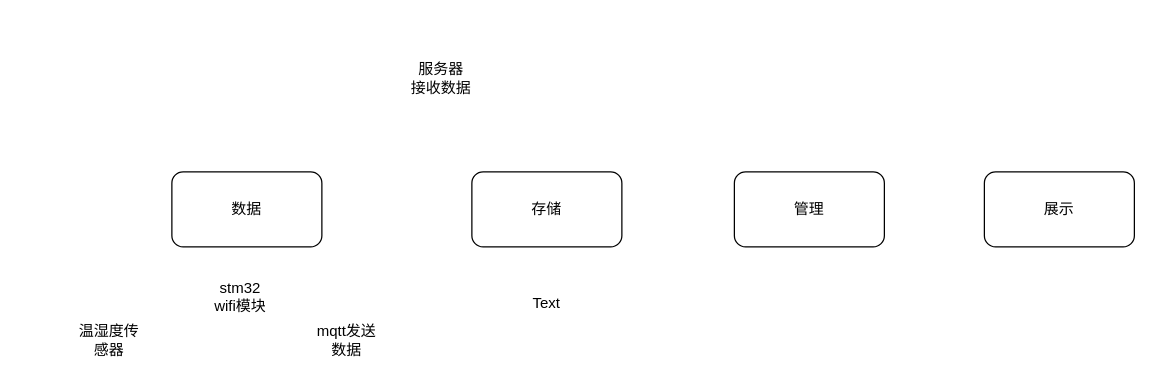
The draw.io diagram NexusScale.drawio in HarmmerRay/NexusScale-Manage, before the edit. Source tidied: cells renumbered, new cells numbered last; positions are measured from the earlier drawing's top-left corner, leaving out a move shared by most shapes. Both pictures are drawn from the tidied source at 125%, with x=0, y=0 at pixel (71, 52).
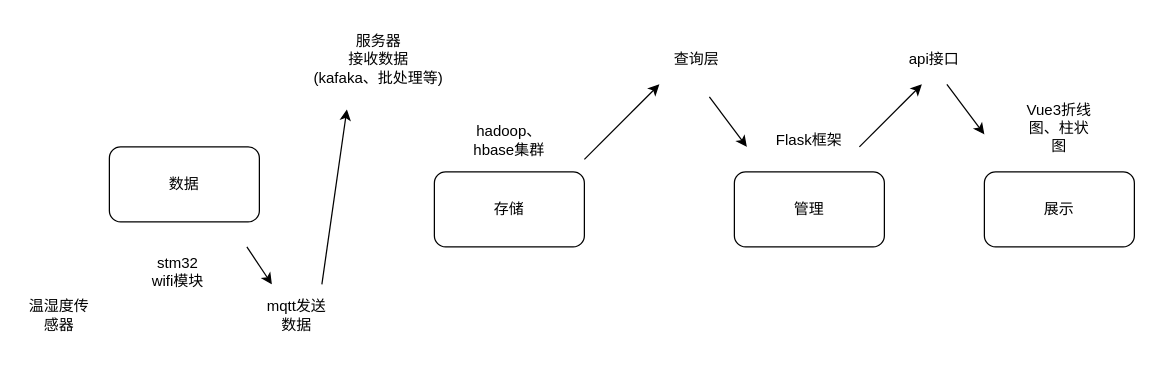
The same page after the edit.

What changed in the source:
```diff
@@
     <mxCell id="2" value="数据" style="rounded=1;whiteSpace=wrap;html=1;" parent="1" vertex="1">
-      <mxGeometry x="80" y="95" width="120" height="60" as="geometry" />
+      <mxGeometry x="30" y="75" width="120" height="60" as="geometry" />
     </mxCell>
     <mxCell id="3" value="存储" style="rounded=1;whiteSpace=wrap;html=1;" parent="1" vertex="1">
-      <mxGeometry x="320" y="95" width="120" height="60" as="geometry" />
+      <mxGeometry x="290" y="95" width="120" height="60" as="geometry" />
     </mxCell>
@@
     <mxCell id="6" value="温湿度传感器" style="text;html=1;align=center;verticalAlign=middle;whiteSpace=wrap;rounded=0;" parent="1" vertex="1">
-      <mxGeometry y="215" width="60" height="30" as="geometry" />
+      <mxGeometry x="-40" y="195" width="60" height="30" as="geometry" />
     </mxCell>
     <mxCell id="7" value="stm32&lt;br&gt;wifi模块" style="text;html=1;align=center;verticalAlign=middle;whiteSpace=wrap;rounded=0;" parent="1" vertex="1">
-      <mxGeometry x="100" y="175" width="70" height="40" as="geometry" />
+      <mxGeometry x="50" y="155" width="70" height="40" as="geometry" />
     </mxCell>
     <mxCell id="8" value="mqtt发送数据" style="text;html=1;align=center;verticalAlign=middle;whiteSpace=wrap;rounded=0;" parent="1" vertex="1">
-      <mxGeometry x="190" y="215" width="60" height="30" as="geometry" />
+      <mxGeometry x="150" y="195" width="60" height="30" as="geometry" />
     </mxCell>
-    <mxCell id="9" value="服务器&lt;div&gt;接收数据&lt;/div&gt;" style="text;html=1;align=center;verticalAlign=middle;strokeColor=none;fillColor=none;" parent="1" vertex="1">
-      <mxGeometry x="260" width="70" height="40" as="geometry" />
+    <mxCell id="9" value="服务器&lt;div&gt;接收数据&lt;/div&gt;&lt;div&gt;(kafaka、批处理等)&lt;/div&gt;" style="text;html=1;align=center;verticalAlign=middle;strokeColor=none;fillColor=none;" parent="1" vertex="1">
+      <mxGeometry x="180" y="-25" width="130" height="60" as="geometry" />
     </mxCell>
-    <mxCell id="10" value="Text" style="text;html=1;align=center;verticalAlign=middle;whiteSpace=wrap;rounded=0;" parent="1" vertex="1">
-      <mxGeometry x="350" y="185" width="60" height="30" as="geometry" />
+    <mxCell id="10" value="hadoop、&lt;div&gt;hbase集群&lt;/div&gt;" style="text;html=1;align=center;verticalAlign=middle;whiteSpace=wrap;rounded=0;" parent="1" vertex="1">
+      <mxGeometry x="320" y="55" width="60" height="30" as="geometry" />
     </mxCell>
+    <mxCell id="11" value="查询层" style="text;html=1;align=center;verticalAlign=middle;whiteSpace=wrap;rounded=0;" parent="1" vertex="1">
+      <mxGeometry x="470" y="-10" width="60" height="30" as="geometry" />
+    </mxCell>
+    <mxCell id="12" value="Flask框架" style="text;html=1;align=center;verticalAlign=middle;whiteSpace=wrap;rounded=0;" parent="1" vertex="1">
+      <mxGeometry x="560" y="55" width="60" height="30" as="geometry" />
+    </mxCell>
+    <mxCell id="13" value="Vue3折线图、柱状图" style="text;html=1;align=center;verticalAlign=middle;whiteSpace=wrap;rounded=0;" parent="1" vertex="1">
+      <mxGeometry x="760" y="45" width="60" height="30" as="geometry" />
+    </mxCell>
+    <mxCell id="14" value="api接口" style="text;html=1;align=center;verticalAlign=middle;whiteSpace=wrap;rounded=0;" parent="1" vertex="1">
+      <mxGeometry x="660" y="-10" width="60" height="30" as="geometry" />
+    </mxCell>
+    <mxCell id="15" style="endArrow=classic;html=1;rounded=0;" parent="1" edge="1">
+      <mxGeometry relative="1" as="geometry">
+        <mxPoint x="200" y="185" as="sourcePoint" />
+        <mxPoint x="220" y="45" as="targetPoint" />
+      </mxGeometry>
+    </mxCell>
+    <mxCell id="16" style="endArrow=classic;html=1;rounded=0;" parent="1" edge="1">
+      <mxGeometry relative="1" as="geometry">
+        <mxPoint x="410" y="85" as="sourcePoint" />
+        <mxPoint x="470" y="25" as="targetPoint" />
+      </mxGeometry>
+    </mxCell>
+    <mxCell id="17" style="endArrow=classic;html=1;rounded=0;" parent="1" edge="1">
+      <mxGeometry relative="1" as="geometry">
+        <mxPoint x="630" y="75" as="sourcePoint" />
+        <mxPoint x="680" y="25" as="targetPoint" />
+      </mxGeometry>
+    </mxCell>
+    <mxCell id="18" style="endArrow=classic;html=1;rounded=0;" parent="1" edge="1">
+      <mxGeometry relative="1" as="geometry">
+        <mxPoint x="510" y="35" as="sourcePoint" />
+        <mxPoint x="540" y="75" as="targetPoint" />
+      </mxGeometry>
+    </mxCell>
+    <mxCell id="19" style="endArrow=classic;html=1;rounded=0;" parent="1" edge="1">
+      <mxGeometry relative="1" as="geometry">
+        <mxPoint x="700" y="25" as="sourcePoint" />
+        <mxPoint x="730" y="65" as="targetPoint" />
+      </mxGeometry>
+    </mxCell>
+    <mxCell id="20" style="endArrow=classic;html=1;rounded=0;" parent="1" edge="1">
+      <mxGeometry relative="1" as="geometry">
+        <mxPoint x="140" y="155" as="sourcePoint" />
+        <mxPoint x="160" y="185" as="targetPoint" />
+      </mxGeometry>
+    </mxCell>
```
